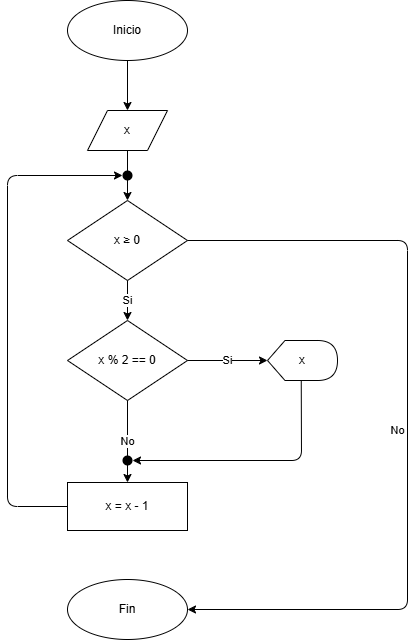
Earlier version of the draw.io export chapter4/dfd/dfd4.5.1_6.png (UPclopezpAalgorithmsBook/solutions). Source tidied: cells renumbered, new cells last; positions are measured from the earlier drawing's top-left corner, leaving out a move shared by most shapes.
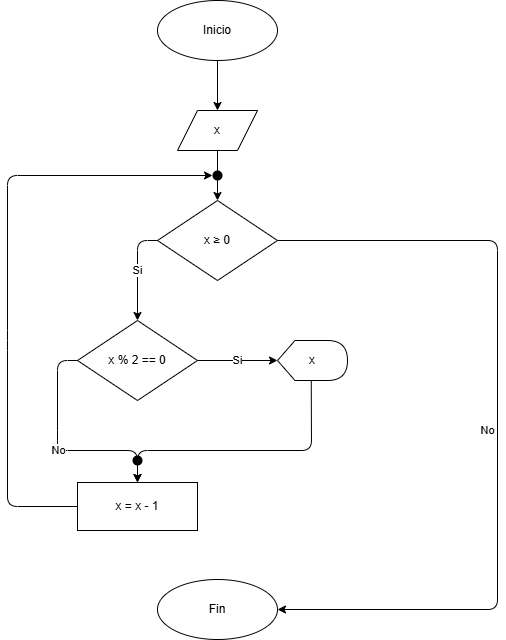
Above is the later version.

Change to the diagram source:
```diff
@@ -2,24 +2,60 @@
   <root>
     <mxCell id="0" />
     <mxCell id="1" parent="0" />
-    <mxCell id="2" parent="1" edge="1">
-      <mxGeometry relative="1" as="geometry">
-        <mxPoint x="60" y="410" as="targetPoint" />
-        <Array as="points">
-          <mxPoint y="520" />
-          <mxPoint y="410" />
-        </Array>
-      </mxGeometry>
-    </mxCell>
-    <mxCell id="3" style="endArrow=classic;html=1;exitX=0;exitY=0.5;exitDx=0;exitDy=0;entryX=0;entryY=0.5;entryDx=0;entryDy=0;" parent="1" edge="1" source="x">
-      <mxGeometry relative="1" as="geometry">
-        <mxPoint x="60" y="230" as="targetPoint" />
-        <Array as="points">
-          <mxPoint y="470" />
-          <mxPoint y="230" />
-        </Array>
-      </mxGeometry>
-    </mxCell>
+    <mxCell id="21" parent="1" edge="1">
+      <mxGeometry relative="1" as="geometry">
+        <mxPoint x="60" y="410" as="targetPoint" />
+        <Array as="points">
+          <mxPoint y="520" />
+          <mxPoint y="410" />
+        </Array>
+      </mxGeometry>
+    </mxCell>
+    <mxCell id="22" style="endArrow=classic;html=1;exitX=0;exitY=0.5;exitDx=0;exitDy=0;entryX=0;entryY=0.5;entryDx=0;entryDy=0;" parent="1" edge="1">
+      <mxGeometry relative="1" as="geometry">
+        <mxPoint x="60" y="230" as="targetPoint" />
+        <Array as="points">
+          <mxPoint y="470" />
+          <mxPoint y="230" />
+        </Array>
+      </mxGeometry>
+    </mxCell>
+    <mxCell id="23" parent="1" edge="1">
+      <mxGeometry relative="1" as="geometry">
+        <mxPoint x="60" y="410" as="targetPoint" />
+        <Array as="points">
+          <mxPoint y="520" />
+          <mxPoint y="410" />
+        </Array>
+      </mxGeometry>
+    </mxCell>
+    <mxCell id="24" style="endArrow=classic;html=1;exitX=0;exitY=0.5;exitDx=0;exitDy=0;entryX=0;entryY=0.5;entryDx=0;entryDy=0;" parent="1" edge="1">
+      <mxGeometry relative="1" as="geometry">
+        <mxPoint x="60" y="230" as="targetPoint" />
+        <Array as="points">
+          <mxPoint y="470" />
+          <mxPoint y="230" />
+        </Array>
+      </mxGeometry>
+    </mxCell>
+    <mxCell id="25" parent="1" edge="1">
+      <mxGeometry relative="1" as="geometry">
+        <mxPoint x="60" y="410" as="targetPoint" />
+        <Array as="points">
+          <mxPoint y="520" />
+          <mxPoint y="410" />
+        </Array>
+      </mxGeometry>
+    </mxCell>
+    <mxCell id="26" style="endArrow=classic;html=1;exitX=0;exitY=0.5;exitDx=0;exitDy=0;entryX=0;entryY=0.5;entryDx=0;entryDy=0;" parent="1" edge="1">
+      <mxGeometry relative="1" as="geometry">
+        <mxPoint x="60" y="230" as="targetPoint" />
+        <Array as="points">
+          <mxPoint y="470" />
+          <mxPoint y="230" />
+        </Array>
+      </mxGeometry>
+    </mxCell>
     <mxCell id="4" value="Inicio" style="ellipse;whiteSpace=wrap;html=1;" parent="1" vertex="1">
       <mxGeometry x="70" width="120" height="60" as="geometry" />
     </mxCell>
@@ -30,13 +66,13 @@
       <mxGeometry x="70" y="200" width="120" height="80" as="geometry" />
     </mxCell>
     <mxCell id="7" value="x % 2 == 0" style="rhombus;whiteSpace=wrap;html=1;" parent="1" vertex="1">
-      <mxGeometry x="70" y="320" width="120" height="80" as="geometry" />
+      <mxGeometry x="-10" y="320" width="120" height="80" as="geometry" />
     </mxCell>
     <mxCell id="8" value="x" style="shape=display;whiteSpace=wrap;html=1;" parent="1" vertex="1">
-      <mxGeometry x="270" y="340" width="70" height="40" as="geometry" />
+      <mxGeometry x="190" y="340" width="70" height="40" as="geometry" />
     </mxCell>
     <mxCell id="9" value="x = x - 1" style="rounded=0;whiteSpace=wrap;html=1;" parent="1" vertex="1">
-      <mxGeometry x="70" y="482" width="120" height="48" as="geometry" />
+      <mxGeometry x="-10" y="482" width="120" height="48" as="geometry" />
     </mxCell>
     <mxCell id="10" value="Fin" style="ellipse;whiteSpace=wrap;html=1;" parent="1" vertex="1">
       <mxGeometry x="70" y="579" width="120" height="60" as="geometry" />
@@ -47,27 +83,40 @@
     <mxCell id="12" style="endArrow=classic;html=1;exitX=0.5;exitY=1;exitDx=0;exitDy=0;entryX=0.5;entryY=0;entryDx=0;entryDy=0;" parent="1" edge="1" source="5" target="6">
       <mxGeometry relative="1" as="geometry" />
     </mxCell>
-    <mxCell id="13" value="Si" style="endArrow=classic;html=1;exitX=0.5;exitY=1;exitDx=0;exitDy=0;entryX=0.5;entryY=0;entryDx=0;entryDy=0;" parent="1" edge="1" source="6" target="7">
-      <mxGeometry relative="1" as="geometry" />
+    <mxCell id="13" value="Si" style="endArrow=classic;html=1;exitX=0;exitY=0.5;exitDx=0;exitDy=0;entryX=0.5;entryY=0;entryDx=0;entryDy=0;" parent="1" edge="1" source="6" target="7">
+      <mxGeometry relative="1" as="geometry">
+        <Array as="points">
+          <mxPoint x="50" y="240" />
+        </Array>
+      </mxGeometry>
     </mxCell>
     <mxCell id="14" value="Si" style="endArrow=classic;html=1;exitX=1;exitY=0.5;exitDx=0;exitDy=0;entryX=0;entryY=0.5;entryDx=0;entryDy=0;" parent="1" edge="1" source="7" target="8">
       <mxGeometry relative="1" as="geometry" />
     </mxCell>
-    <mxCell id="15" value="No" style="endArrow=classic;html=1;exitX=0.5;exitY=1;exitDx=0;exitDy=0;entryX=0.5;entryY=0;entryDx=0;entryDy=0;" parent="1" edge="1" source="7" target="9">
-      <mxGeometry relative="1" as="geometry" />
+    <mxCell id="15" value="No" style="endArrow=classic;html=1;exitX=0;exitY=0.5;exitDx=0;exitDy=0;entryX=0.5;entryY=0;entryDx=0;entryDy=0;" parent="1" edge="1" source="7" target="9">
+      <mxGeometry relative="1" as="geometry">
+        <Array as="points">
+          <mxPoint x="-30" y="360" />
+          <mxPoint x="-30" y="440" />
+          <mxPoint x="-30" y="450" />
+          <mxPoint x="50" y="450" />
+        </Array>
+      </mxGeometry>
     </mxCell>
-    <mxCell id="16" style="endArrow=classic;html=1;exitX=0;exitY=0;exitDx=33.75;exitDy=40;entryX=1;entryY=0.5;entryDx=0;entryDy=0;exitPerimeter=0;" parent="1" edge="1" source="8" target="19">
-      <mxGeometry relative="1" as="geometry">
-        <Array as="points">
-          <mxPoint x="304" y="460" />
-        </Array>
-      </mxGeometry>
-    </mxCell>
+    <mxCell id="27" style="endArrow=classic;html=1;exitX=0;exitY=0;exitDx=33.75;exitDy=40;entryX=0.5;entryY=0;entryDx=0;entryDy=0;exitPerimeter=0;" parent="1" edge="1" source="8" target="9">
+      <mxGeometry relative="1" as="geometry">
+        <Array as="points">
+          <mxPoint x="224" y="450" />
+          <mxPoint x="50" y="450" />
+        </Array>
+      </mxGeometry>
+    </mxCell>
     <mxCell id="17" style="endArrow=classic;html=1;exitX=0;exitY=0.5;exitDx=0;exitDy=0;entryX=0;entryY=0.5;entryDx=0;entryDy=0;" parent="1" edge="1" source="9" target="20">
       <mxGeometry relative="1" as="geometry">
         <Array as="points">
-          <mxPoint x="10" y="506" />
-          <mxPoint x="10" y="175" />
+          <mxPoint x="-80" y="506" />
+          <mxPoint x="-80" y="340" />
+          <mxPoint x="-80" y="175" />
         </Array>
       </mxGeometry>
     </mxCell>
@@ -79,9 +128,9 @@
         </Array>
       </mxGeometry>
     </mxCell>
-    <mxCell id="19" style="ellipse;whiteSpace=wrap;html=1;strokeColor=none;fillColor=#000000;" parent="1" vertex="1">
-      <mxGeometry x="125" y="455" width="10" height="10" as="geometry" />
-    </mxCell>
+    <mxCell id="28" style="ellipse;whiteSpace=wrap;html=1;strokeColor=none;fillColor=#000000;" parent="1" vertex="1">
+      <mxGeometry x="45" y="455" width="10" height="10" as="geometry" />
+    </mxCell>
     <mxCell id="20" style="ellipse;whiteSpace=wrap;html=1;strokeColor=none;fillColor=#000000;" parent="1" vertex="1">
       <mxGeometry x="125" y="170" width="10" height="10" as="geometry" />
     </mxCell>
```
